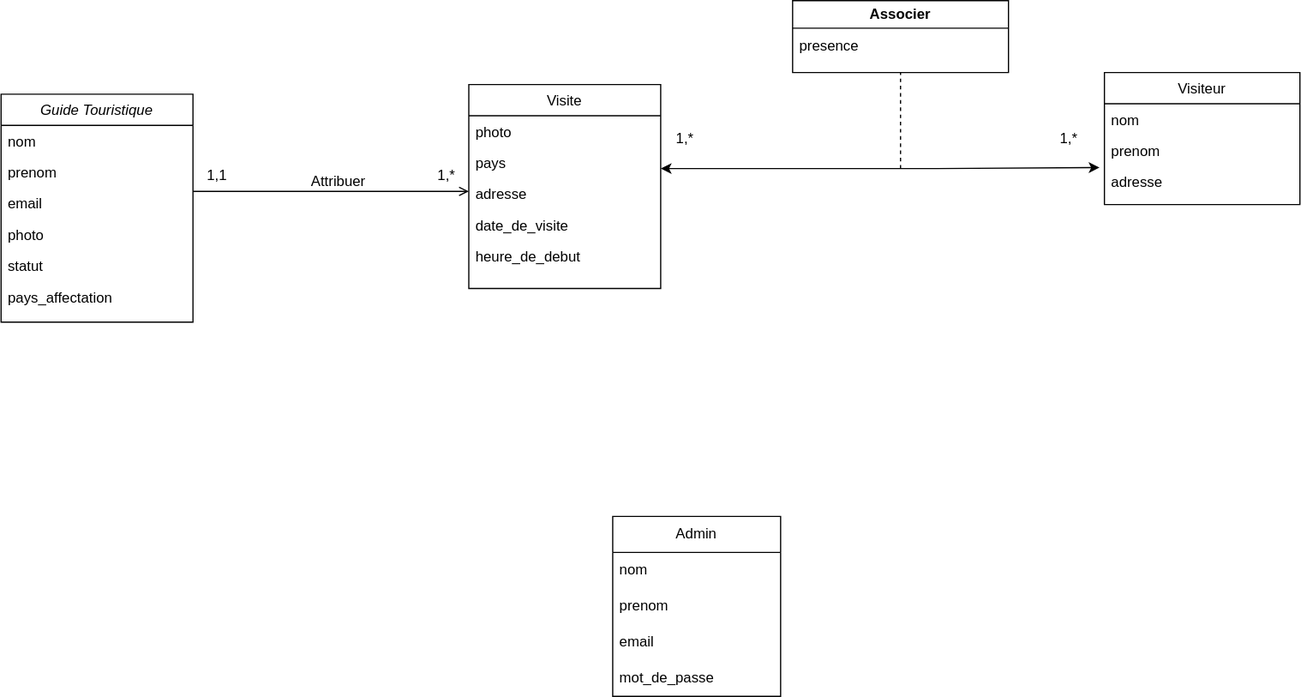
Earlier version of the draw.io export Diagrammes/Diagramme de classe.drawio.svg (fresnel25/Travel_Paradise_Project). Source tidied: cells renumbered, new cells last; positions are measured from the earlier drawing's top-left corner, leaving out a move shared by most shapes.
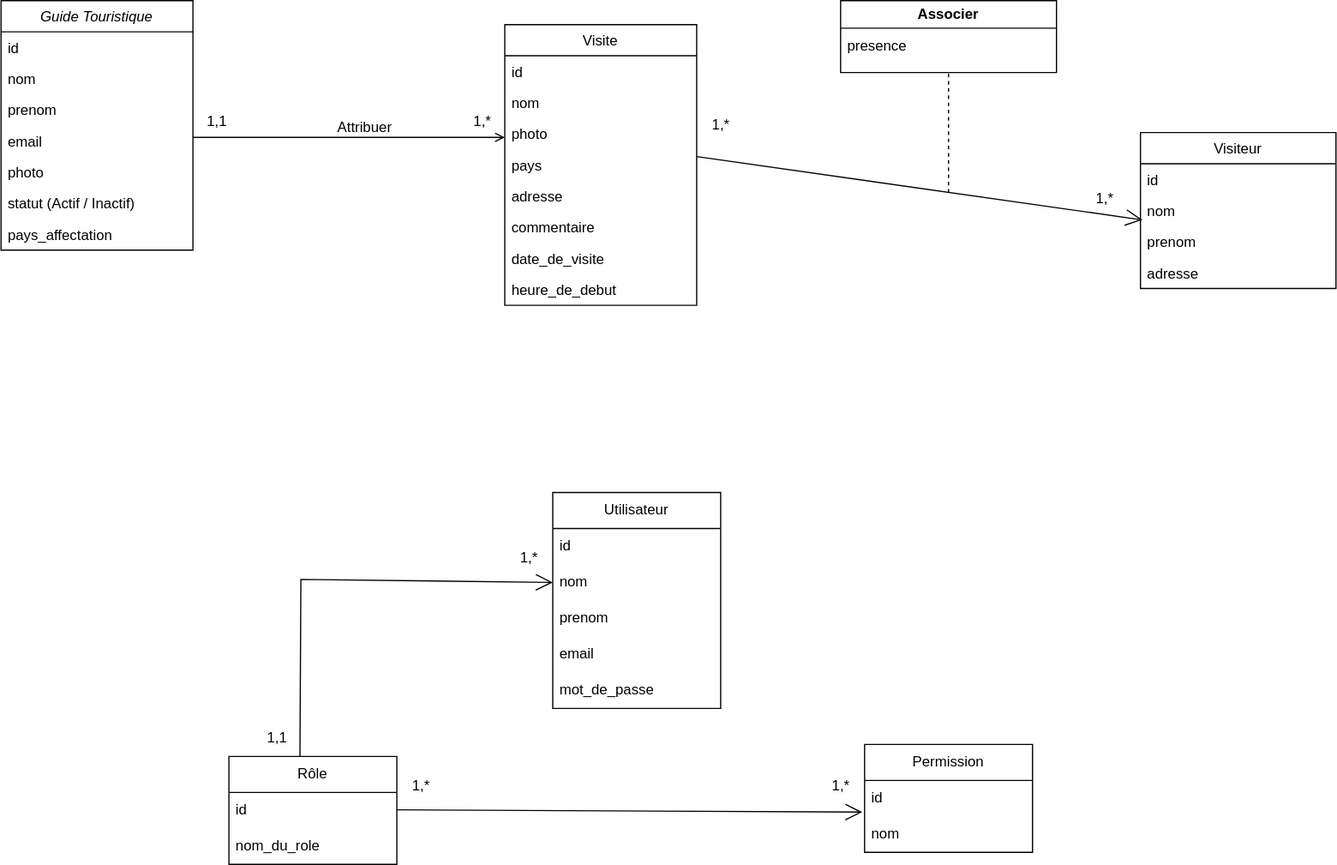
After the commit.

Commit message:
Mettre à jour Diagramme de classe.drawio.svg

Diff of the diagram source:
```diff
@@ -3,43 +3,55 @@
     <mxCell id="0" />
     <mxCell id="1" parent="0" />
     <mxCell id="2" value="Guide Touristique" style="swimlane;fontStyle=2;align=center;verticalAlign=top;horizontal=1;startSize=26;rounded=0;shadow=0;strokeWidth=1;" parent="1" vertex="1">
-      <mxGeometry y="78" width="160" height="190" as="geometry" />
+      <mxGeometry x="-30" y="-50" width="160" height="208" as="geometry" />
     </mxCell>
-    <mxCell id="3" value="nom" style="text;align=left;verticalAlign=top;spacingLeft=4;spacingRight=4;overflow=hidden;" parent="2" vertex="1">
+    <mxCell id="3" value="id" style="text;align=left;verticalAlign=top;spacingLeft=4;spacingRight=4;overflow=hidden;" parent="2" vertex="1">
       <mxGeometry y="26" width="160" height="26" as="geometry" />
     </mxCell>
+    <mxCell id="34" value="nom" style="text;align=left;verticalAlign=top;spacingLeft=4;spacingRight=4;overflow=hidden;" parent="2" vertex="1">
+      <mxGeometry y="52" width="160" height="26" as="geometry" />
+    </mxCell>
     <mxCell id="4" value="prenom" style="text;align=left;verticalAlign=top;spacingLeft=4;spacingRight=4;overflow=hidden;rounded=0;shadow=0;html=0;" parent="2" vertex="1">
-      <mxGeometry y="52" width="160" height="26" as="geometry" />
+      <mxGeometry y="78" width="160" height="26" as="geometry" />
     </mxCell>
     <mxCell id="5" value="email" style="text;align=left;verticalAlign=top;spacingLeft=4;spacingRight=4;overflow=hidden;rounded=0;shadow=0;html=0;" parent="2" vertex="1">
-      <mxGeometry y="78" width="160" height="26" as="geometry" />
+      <mxGeometry y="104" width="160" height="26" as="geometry" />
     </mxCell>
     <mxCell id="6" value="photo" style="text;align=left;verticalAlign=top;spacingLeft=4;spacingRight=4;overflow=hidden;rounded=0;shadow=0;html=0;" parent="2" vertex="1">
-      <mxGeometry y="104" width="160" height="26" as="geometry" />
+      <mxGeometry y="130" width="160" height="26" as="geometry" />
     </mxCell>
-    <mxCell id="7" value="statut" style="text;align=left;verticalAlign=top;spacingLeft=4;spacingRight=4;overflow=hidden;rounded=0;shadow=0;html=0;" parent="2" vertex="1">
-      <mxGeometry y="130" width="160" height="26" as="geometry" />
+    <mxCell id="7" value="statut (Actif / Inactif)" style="text;align=left;verticalAlign=top;spacingLeft=4;spacingRight=4;overflow=hidden;rounded=0;shadow=0;html=0;" parent="2" vertex="1">
+      <mxGeometry y="156" width="160" height="26" as="geometry" />
     </mxCell>
     <mxCell id="8" value="pays_affectation" style="text;align=left;verticalAlign=top;spacingLeft=4;spacingRight=4;overflow=hidden;rounded=0;shadow=0;html=0;" parent="2" vertex="1">
-      <mxGeometry y="156" width="160" height="26" as="geometry" />
+      <mxGeometry y="182" width="160" height="26" as="geometry" />
     </mxCell>
     <mxCell id="9" value="Visite" style="swimlane;fontStyle=0;align=center;verticalAlign=top;horizontal=1;startSize=26;rounded=0;shadow=0;strokeWidth=1;" parent="1" vertex="1">
-      <mxGeometry x="390" y="70" width="160" height="170" as="geometry" />
+      <mxGeometry x="390" y="-30" width="160" height="234" as="geometry" />
     </mxCell>
-    <mxCell id="10" value="photo" style="text;align=left;verticalAlign=top;spacingLeft=4;spacingRight=4;overflow=hidden;" parent="9" vertex="1">
+    <mxCell id="10" value="id" style="text;align=left;verticalAlign=top;spacingLeft=4;spacingRight=4;overflow=hidden;" parent="9" vertex="1">
       <mxGeometry y="26" width="160" height="26" as="geometry" />
     </mxCell>
+    <mxCell id="35" value="nom" style="text;align=left;verticalAlign=top;spacingLeft=4;spacingRight=4;overflow=hidden;" parent="9" vertex="1">
+      <mxGeometry y="52" width="160" height="26" as="geometry" />
+    </mxCell>
+    <mxCell id="36" value="photo" style="text;align=left;verticalAlign=top;spacingLeft=4;spacingRight=4;overflow=hidden;" parent="9" vertex="1">
+      <mxGeometry y="78" width="160" height="26" as="geometry" />
+    </mxCell>
     <mxCell id="11" value="pays" style="text;align=left;verticalAlign=top;spacingLeft=4;spacingRight=4;overflow=hidden;points=[[0,0.5],[1,0.5]];portConstraint=eastwest;rounded=0;shadow=0;html=0;" parent="9" vertex="1">
-      <mxGeometry y="52" width="160" height="26" as="geometry" />
+      <mxGeometry y="104" width="160" height="26" as="geometry" />
     </mxCell>
     <mxCell id="12" value="adresse" style="text;align=left;verticalAlign=top;spacingLeft=4;spacingRight=4;overflow=hidden;rounded=0;shadow=0;html=0;" parent="9" vertex="1">
-      <mxGeometry y="78" width="160" height="26" as="geometry" />
+      <mxGeometry y="130" width="160" height="26" as="geometry" />
     </mxCell>
+    <mxCell id="37" value="commentaire" style="text;align=left;verticalAlign=top;spacingLeft=4;spacingRight=4;overflow=hidden;rounded=0;shadow=0;html=0;" parent="9" vertex="1">
+      <mxGeometry y="156" width="160" height="26" as="geometry" />
+    </mxCell>
     <mxCell id="13" value="date_de_visite" style="text;align=left;verticalAlign=top;spacingLeft=4;spacingRight=4;overflow=hidden;rounded=0;shadow=0;html=0;" parent="9" vertex="1">
-      <mxGeometry y="104" width="160" height="26" as="geometry" />
+      <mxGeometry y="182" width="160" height="26" as="geometry" />
     </mxCell>
     <mxCell id="14" value="heure_de_debut" style="text;align=left;verticalAlign=top;spacingLeft=4;spacingRight=4;overflow=hidden;rounded=0;shadow=0;html=0;" parent="9" vertex="1">
-      <mxGeometry y="130" width="160" height="26" as="geometry" />
+      <mxGeometry y="208" width="160" height="26" as="geometry" />
     </mxCell>
     <mxCell id="15" style="endArrow=open;shadow=0;strokeWidth=1;rounded=0;curved=0;endFill=1;edgeStyle=elbowEdgeStyle;elbow=vertical;" parent="1" edge="1" source="2" target="9">
       <mxGeometry x="0.5" y="41" relative="1" as="geometry">
@@ -62,55 +74,108 @@
       </mxGeometry>
     </mxCell>
     <mxCell id="19" value="Visiteur" style="swimlane;fontStyle=0;align=center;verticalAlign=top;horizontal=1;startSize=26;rounded=0;shadow=0;strokeWidth=1;" parent="1" vertex="1">
-      <mxGeometry x="920" y="60" width="163" height="110" as="geometry" />
+      <mxGeometry x="920" y="60" width="163" height="130" as="geometry" />
     </mxCell>
+    <mxCell id="38" value="id" style="text;align=left;verticalAlign=top;spacingLeft=4;spacingRight=4;overflow=hidden;" parent="19" vertex="1">
+      <mxGeometry y="26" width="163" height="26" as="geometry" />
+    </mxCell>
     <mxCell id="20" value="nom" style="text;align=left;verticalAlign=top;spacingLeft=4;spacingRight=4;overflow=hidden;points=[[0,0.5],[1,0.5]];portConstraint=eastwest;" parent="19" vertex="1">
-      <mxGeometry y="26" width="163" height="26" as="geometry" />
+      <mxGeometry y="52" width="163" height="26" as="geometry" />
     </mxCell>
     <mxCell id="21" value="prenom" style="text;align=left;verticalAlign=top;spacingLeft=4;spacingRight=4;overflow=hidden;rounded=0;shadow=0;html=0;" parent="19" vertex="1">
-      <mxGeometry y="52" width="163" height="26" as="geometry" />
+      <mxGeometry y="78" width="163" height="26" as="geometry" />
     </mxCell>
     <mxCell id="22" value="adresse" style="text;align=left;verticalAlign=top;spacingLeft=4;spacingRight=4;overflow=hidden;points=[[0,0.5],[1,0.5]];portConstraint=eastwest;rounded=0;shadow=0;html=0;" parent="19" vertex="1">
-      <mxGeometry y="78" width="163" height="26" as="geometry" />
+      <mxGeometry y="104" width="163" height="26" as="geometry" />
     </mxCell>
-    <mxCell id="23" style="endArrow=classic;startArrow=classic;html=1;rounded=0;exitX=1;exitY=0.692;exitDx=0;exitDy=0;exitPerimeter=0;entryX=-0.025;entryY=0.046;entryDx=0;entryDy=0;entryPerimeter=0;" parent="1" edge="1" source="11" target="22">
-      <mxGeometry relative="1" as="geometry">
-        <Array as="points">
-          <mxPoint x="780" y="140" />
-        </Array>
-      </mxGeometry>
-    </mxCell>
     <mxCell id="24" value="1,*" style="text;html=1;align=center;verticalAlign=middle;strokeColor=none;fillColor=none;" parent="1" vertex="1">
-      <mxGeometry x="550" y="100" width="40" height="30" as="geometry" />
+      <mxGeometry x="550" y="39" width="40" height="30" as="geometry" />
     </mxCell>
     <mxCell id="25" value="1,*" style="text;html=1;align=center;verticalAlign=middle;strokeColor=none;fillColor=none;" parent="1" vertex="1">
       <mxGeometry x="870" y="100" width="40" height="30" as="geometry" />
     </mxCell>
+    <mxCell id="29" value="Utilisateur" style="swimlane;fontStyle=0;horizontal=1;startSize=30;whiteSpace=wrap;html=1;" parent="1" vertex="1">
+      <mxGeometry x="430" y="360" width="140" height="180" as="geometry" />
+    </mxCell>
+    <mxCell id="30" value="id" style="text;strokeColor=none;fillColor=none;align=left;verticalAlign=middle;spacingLeft=4;spacingRight=4;overflow=hidden;whiteSpace=wrap;html=1;" parent="29" vertex="1">
+      <mxGeometry y="30" width="140" height="30" as="geometry" />
+    </mxCell>
+    <mxCell id="39" value="nom" style="text;strokeColor=none;fillColor=none;align=left;verticalAlign=middle;spacingLeft=4;spacingRight=4;overflow=hidden;points=[[0,0.5],[1,0.5]];portConstraint=eastwest;whiteSpace=wrap;html=1;" parent="29" vertex="1">
+      <mxGeometry y="60" width="140" height="30" as="geometry" />
+    </mxCell>
+    <mxCell id="31" value="prenom" style="text;strokeColor=none;fillColor=none;align=left;verticalAlign=middle;spacingLeft=4;spacingRight=4;overflow=hidden;whiteSpace=wrap;html=1;" parent="29" vertex="1">
+      <mxGeometry y="90" width="140" height="30" as="geometry" />
+    </mxCell>
+    <mxCell id="32" value="email" style="text;strokeColor=none;fillColor=none;align=left;verticalAlign=middle;spacingLeft=4;spacingRight=4;overflow=hidden;whiteSpace=wrap;html=1;" parent="29" vertex="1">
+      <mxGeometry y="120" width="140" height="30" as="geometry" />
+    </mxCell>
+    <mxCell id="33" value="mot_de_passe" style="text;strokeColor=none;fillColor=none;align=left;verticalAlign=middle;spacingLeft=4;spacingRight=4;overflow=hidden;whiteSpace=wrap;html=1;" parent="29" vertex="1">
+      <mxGeometry y="150" width="140" height="30" as="geometry" />
+    </mxCell>
+    <mxCell id="40" value="Rôle" style="swimlane;fontStyle=0;horizontal=1;startSize=30;whiteSpace=wrap;html=1;" parent="1" vertex="1">
+      <mxGeometry x="160" y="580" width="140" height="90" as="geometry" />
+    </mxCell>
+    <mxCell id="41" value="id" style="text;strokeColor=none;fillColor=none;align=left;verticalAlign=middle;spacingLeft=4;spacingRight=4;overflow=hidden;whiteSpace=wrap;html=1;" parent="40" vertex="1">
+      <mxGeometry y="30" width="140" height="30" as="geometry" />
+    </mxCell>
+    <mxCell id="42" value="nom_du_role" style="text;strokeColor=none;fillColor=none;align=left;verticalAlign=middle;spacingLeft=4;spacingRight=4;overflow=hidden;whiteSpace=wrap;html=1;" parent="40" vertex="1">
+      <mxGeometry y="60" width="140" height="30" as="geometry" />
+    </mxCell>
+    <mxCell id="43" style="endArrow=open;endFill=1;endSize=12;html=1;rounded=0;entryX=0.01;entryY=0.8;entryDx=0;entryDy=0;entryPerimeter=0;" parent="1" edge="1" target="20">
+      <mxGeometry relative="1" as="geometry">
+        <mxPoint x="550" y="80" as="sourcePoint" />
+      </mxGeometry>
+    </mxCell>
+    <mxCell id="44" style="group;" parent="1" vertex="1">
+      <mxGeometry x="670" y="-50" width="180" height="160" as="geometry" />
+    </mxCell>
-    <mxCell id="26" style="endArrow=none;dashed=1;html=1;rounded=0;entryX=0.5;entryY=1;entryDx=0;entryDy=0;" parent="1" edge="1" target="27">
+    <mxCell id="26" style="endArrow=none;dashed=1;html=1;rounded=0;entryX=0.5;entryY=1;entryDx=0;entryDy=0;" parent="44" edge="1" target="27">
       <mxGeometry relative="1" as="geometry">
-        <mxPoint x="750" y="140" as="sourcePoint" />
+        <mxPoint x="90" y="160" as="sourcePoint" />
+        <Array as="points">
+          <mxPoint x="90" y="100" />
+        </Array>
       </mxGeometry>
     </mxCell>
-    <mxCell id="27" value="Associer" style="swimlane;whiteSpace=wrap;html=1;" parent="1" vertex="1">
-      <mxGeometry x="660" width="180" height="60" as="geometry" />
+    <mxCell id="27" value="Associer" style="swimlane;whiteSpace=wrap;html=1;" parent="44" vertex="1">
+      <mxGeometry width="180" height="60" as="geometry" />
     </mxCell>
     <mxCell id="28" value="presence" style="text;strokeColor=none;fillColor=none;align=left;verticalAlign=middle;spacingLeft=4;spacingRight=4;overflow=hidden;whiteSpace=wrap;html=1;" parent="27" vertex="1">
       <mxGeometry y="25" width="180" height="25" as="geometry" />
     </mxCell>
-    <mxCell id="29" value="Admin" style="swimlane;fontStyle=0;horizontal=1;startSize=30;whiteSpace=wrap;html=1;" parent="1" vertex="1">
-      <mxGeometry x="510" y="430" width="140" height="150" as="geometry" />
-    </mxCell>
-    <mxCell id="30" value="nom" style="text;strokeColor=none;fillColor=none;align=left;verticalAlign=middle;spacingLeft=4;spacingRight=4;overflow=hidden;whiteSpace=wrap;html=1;" parent="29" vertex="1">
-      <mxGeometry y="30" width="140" height="30" as="geometry" />
-    </mxCell>
-    <mxCell id="31" value="prenom" style="text;strokeColor=none;fillColor=none;align=left;verticalAlign=middle;spacingLeft=4;spacingRight=4;overflow=hidden;whiteSpace=wrap;html=1;" parent="29" vertex="1">
-      <mxGeometry y="60" width="140" height="30" as="geometry" />
-    </mxCell>
-    <mxCell id="32" value="email" style="text;strokeColor=none;fillColor=none;align=left;verticalAlign=middle;spacingLeft=4;spacingRight=4;overflow=hidden;whiteSpace=wrap;html=1;" parent="29" vertex="1">
-      <mxGeometry y="90" width="140" height="30" as="geometry" />
-    </mxCell>
-    <mxCell id="33" value="mot_de_passe" style="text;strokeColor=none;fillColor=none;align=left;verticalAlign=middle;spacingLeft=4;spacingRight=4;overflow=hidden;whiteSpace=wrap;html=1;" parent="29" vertex="1">
-      <mxGeometry y="120" width="140" height="30" as="geometry" />
-    </mxCell>
+    <mxCell id="45" style="endArrow=open;endFill=1;endSize=12;html=1;rounded=0;exitX=0.423;exitY=-0.027;exitDx=0;exitDy=0;exitPerimeter=0;entryX=0;entryY=0.5;entryDx=0;entryDy=0;" parent="1" edge="1" target="39">
+      <mxGeometry relative="1" as="geometry">
+        <mxPoint x="219.2" y="580" as="sourcePoint" />
+        <Array as="points">
+          <mxPoint x="220" y="432.4" />
+        </Array>
+      </mxGeometry>
+    </mxCell>
+    <mxCell id="46" value="1,1" style="text;html=1;align=center;verticalAlign=middle;strokeColor=none;fillColor=none;" parent="1" vertex="1">
+      <mxGeometry x="180" y="550" width="40" height="30" as="geometry" />
+    </mxCell>
+    <mxCell id="47" value="1,*" style="text;html=1;align=center;verticalAlign=middle;strokeColor=none;fillColor=none;" parent="1" vertex="1">
+      <mxGeometry x="390" y="400" width="40" height="30" as="geometry" />
+    </mxCell>
+    <mxCell id="48" value="Permission" style="swimlane;fontStyle=0;horizontal=1;startSize=30;whiteSpace=wrap;html=1;" parent="1" vertex="1">
+      <mxGeometry x="690" y="570" width="140" height="90" as="geometry" />
+    </mxCell>
+    <mxCell id="49" value="id" style="text;strokeColor=none;fillColor=none;align=left;verticalAlign=middle;spacingLeft=4;spacingRight=4;overflow=hidden;points=[[0,0.5],[1,0.5]];portConstraint=eastwest;whiteSpace=wrap;html=1;" parent="48" vertex="1">
+      <mxGeometry y="30" width="140" height="30" as="geometry" />
+    </mxCell>
+    <mxCell id="50" value="nom" style="text;strokeColor=none;fillColor=none;align=left;verticalAlign=middle;spacingLeft=4;spacingRight=4;overflow=hidden;whiteSpace=wrap;html=1;" parent="48" vertex="1">
+      <mxGeometry y="60" width="140" height="30" as="geometry" />
+    </mxCell>
+    <mxCell id="51" style="endArrow=open;endFill=1;endSize=12;html=1;rounded=0;entryX=-0.014;entryY=0.88;entryDx=0;entryDy=0;entryPerimeter=0;" parent="1" edge="1" target="49">
+      <mxGeometry relative="1" as="geometry">
+        <mxPoint x="300" y="624.5" as="sourcePoint" />
+      </mxGeometry>
+    </mxCell>
+    <mxCell id="52" value="1,*" style="text;html=1;align=center;verticalAlign=middle;strokeColor=none;fillColor=none;" parent="1" vertex="1">
+      <mxGeometry x="300" y="590" width="40" height="30" as="geometry" />
+    </mxCell>
+    <mxCell id="53" value="1,*" style="text;html=1;align=center;verticalAlign=middle;strokeColor=none;fillColor=none;" parent="1" vertex="1">
+      <mxGeometry x="650" y="590" width="40" height="30" as="geometry" />
+    </mxCell>
   </root>
 </mxGraphModel>
```
